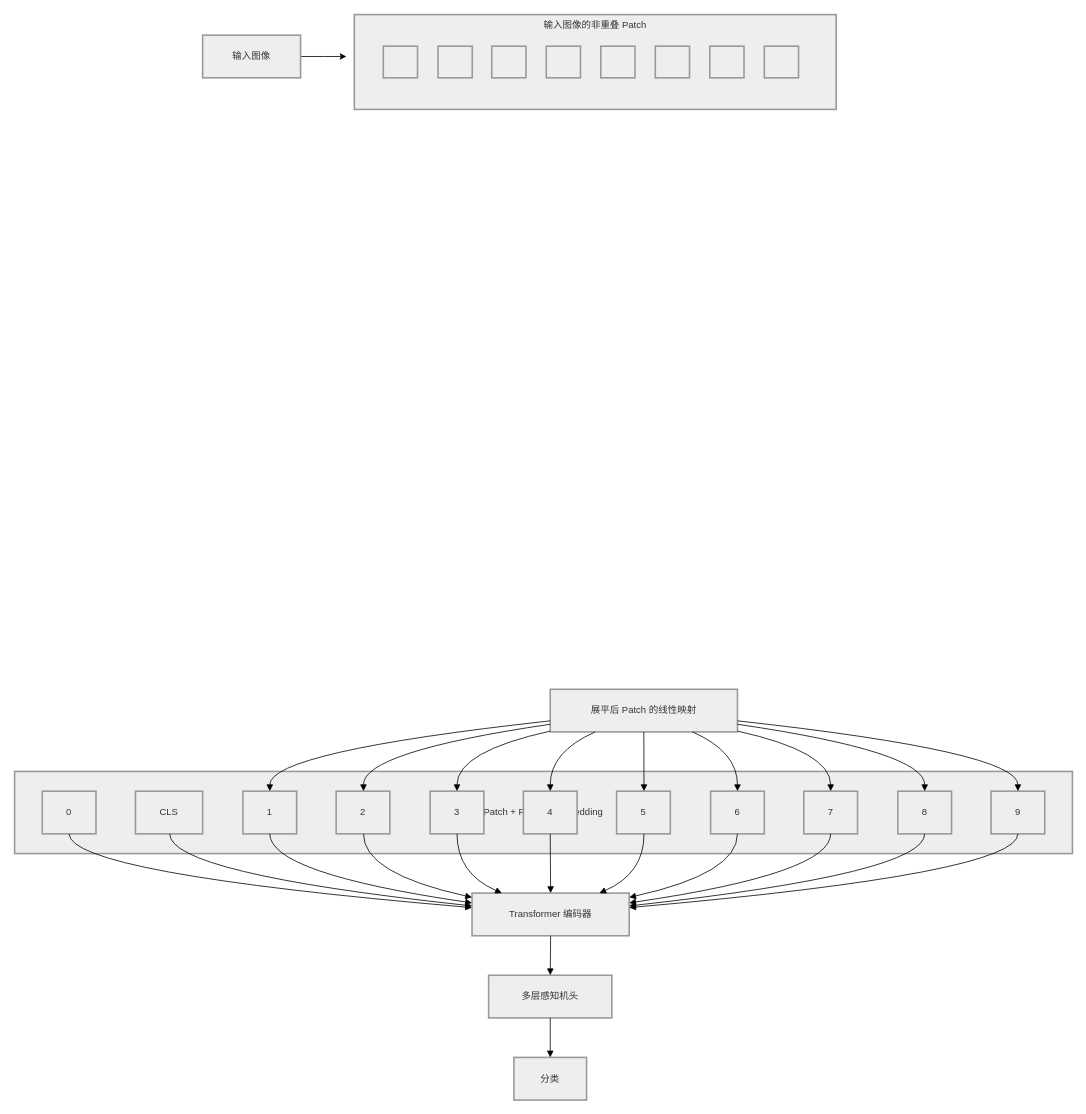
Earlier version of the draw.io diagram vit.drawio (vldzyzy/special-waffle). Source tidied: cells renumbered, new cells numbered last; positions are measured from the earlier drawing's top-left corner, leaving out a move shared by most shapes. Both pictures are drawn from the tidied source at 79%, with x=0, y=0 at pixel (14, 14).
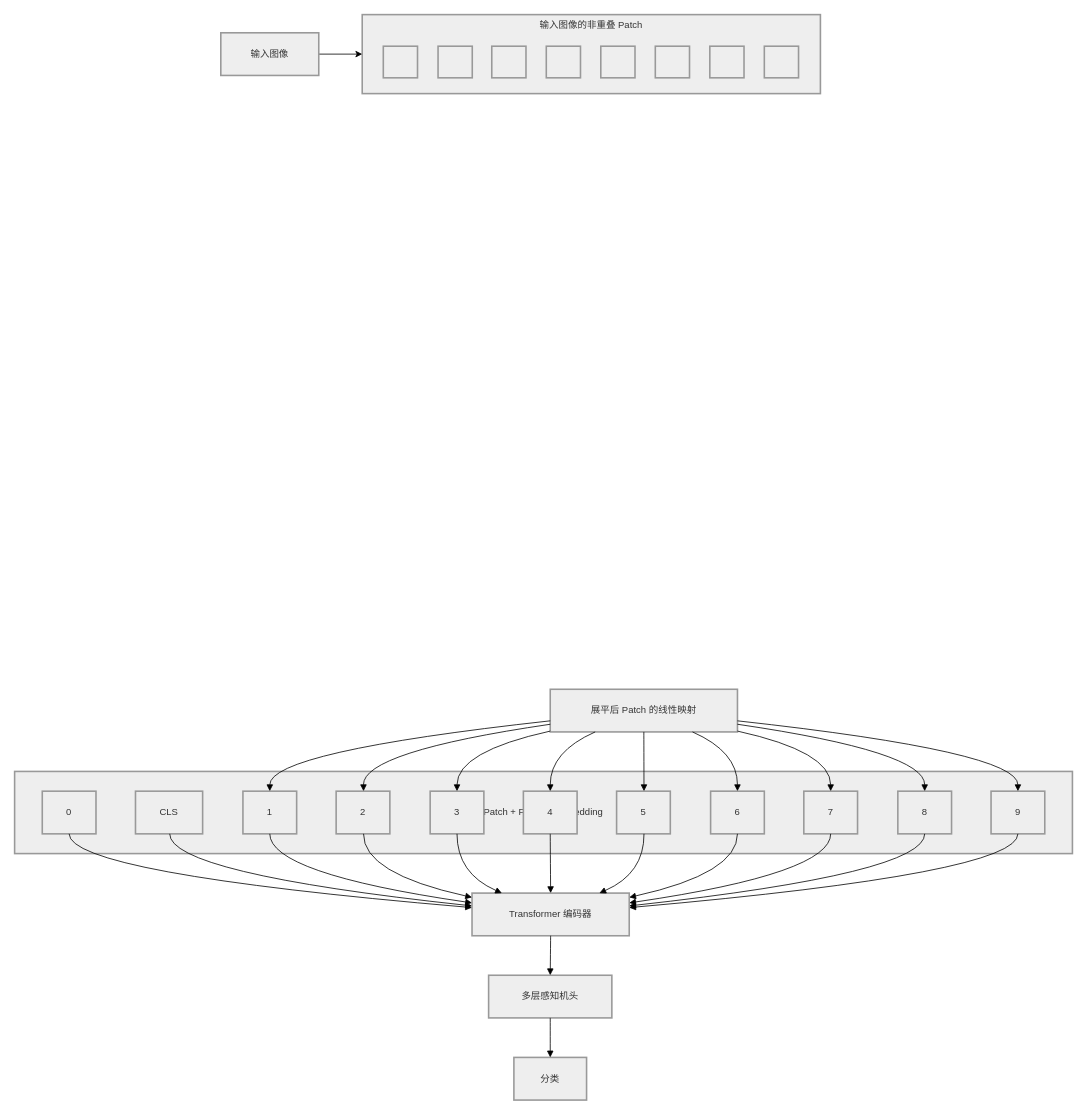
The same page after the edit.

The edit, as a diff of the source:
```diff
@@
     <mxCell id="2" value="输入图像的非重叠 Patch" style="whiteSpace=wrap;strokeWidth=2;verticalAlign=top;fillColor=light-dark(#eeeeee,#1f2020);strokeColor=light-dark(#999999,#cccccc);fontColor=light-dark(#333333,#cccccc);" parent="1" vertex="1">
-      <mxGeometry x="430" width="610" height="120" as="geometry" />
+      <mxGeometry x="440" width="580" height="100" as="geometry" />
     </mxCell>
@@
-    <mxCell id="19" style="edgeStyle=orthogonalEdgeStyle;rounded=0;jettySize=auto;html=1;" parent="1" edge="1" source="20">
-      <mxGeometry relative="1" as="geometry">
-        <mxPoint x="420" y="53" as="targetPoint" />
-      </mxGeometry>
-    </mxCell>
+    <mxCell id="51" style="edgeStyle=orthogonalEdgeStyle;rounded=0;jettySize=auto;html=1;entryX=0;entryY=0.5;entryDx=0;entryDy=0;" parent="1" edge="1" source="20" target="2">
+      <mxGeometry relative="1" as="geometry" />
+    </mxCell>
     <mxCell id="20" value="输入图像" style="whiteSpace=wrap;strokeWidth=2;fillColor=light-dark(#eeeeee,#1f2020);strokeColor=light-dark(#999999,#cccccc);fontColor=light-dark(#333333,#cccccc);" parent="1" vertex="1">
-      <mxGeometry x="238" y="26" width="124" height="54" as="geometry" />
+      <mxGeometry x="261" y="23" width="124" height="54" as="geometry" />
     </mxCell>
```
